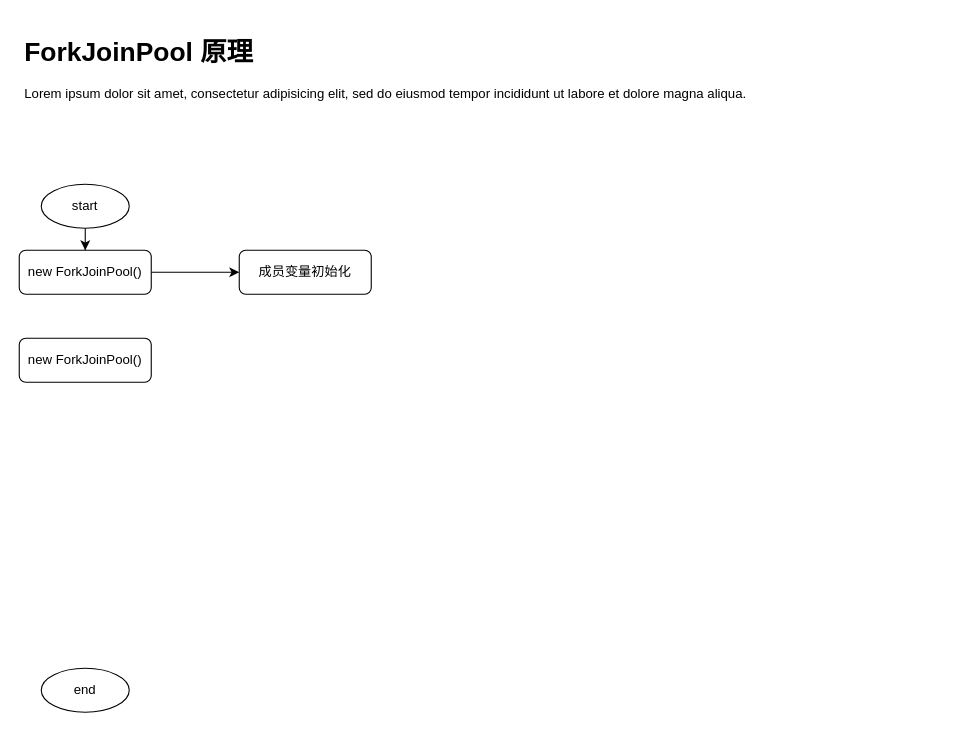
The draw.io diagram doc/forkjoinpool.drawio in kwseeker/async-program, before the edit. Source tidied: cells renumbered, new cells numbered last; positions are measured from the earlier drawing's top-left corner, leaving out a move shared by most shapes. Both pictures are drawn from the tidied source at 110%, with x=0, y=0 at pixel (19, 30).
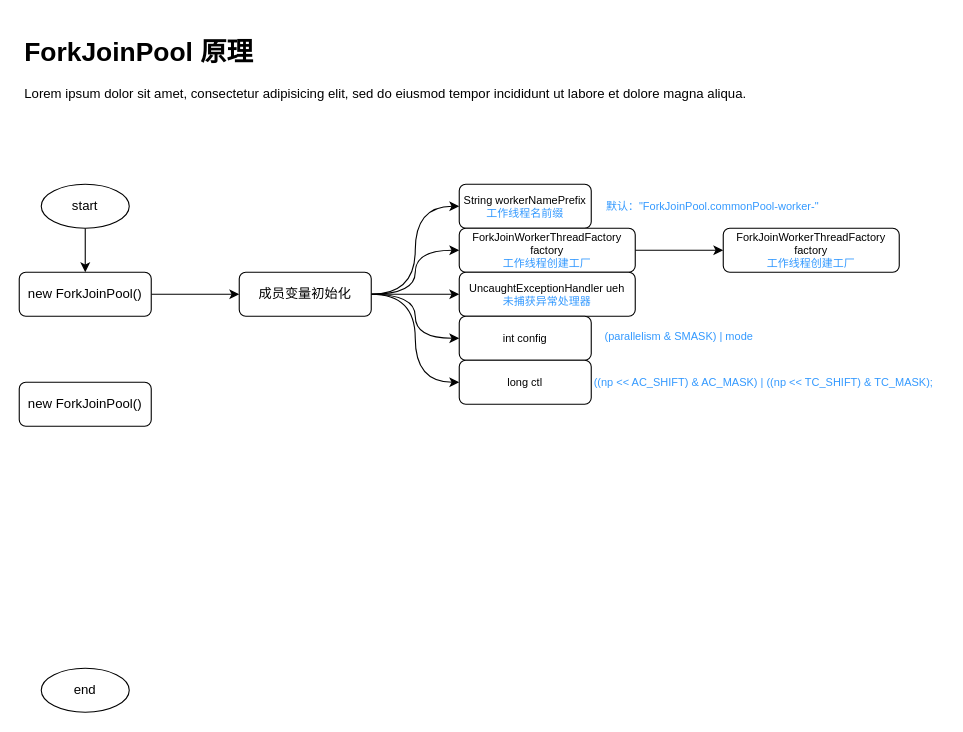
The same page after the edit.

Change to the diagram source:
```diff
@@
     <mxCell id="7" value="new ForkJoinPool()" style="rounded=1;whiteSpace=wrap;html=1;" parent="1" vertex="1">
-      <mxGeometry y="200" width="120" height="40" as="geometry" />
+      <mxGeometry y="220" width="120" height="40" as="geometry" />
     </mxCell>
     <mxCell id="8" value="new ForkJoinPool()" style="rounded=1;whiteSpace=wrap;html=1;" parent="1" vertex="1">
-      <mxGeometry y="280" width="120" height="40" as="geometry" />
+      <mxGeometry y="320" width="120" height="40" as="geometry" />
     </mxCell>
+    <mxCell id="10" style="edgeStyle=orthogonalEdgeStyle;curved=1;rounded=0;jettySize=auto;html=1;exitX=1;exitY=0.5;exitDx=0;exitDy=0;entryX=0;entryY=0.5;entryDx=0;entryDy=0;fontSize=10;" parent="1" edge="1" source="9" target="15">
+      <mxGeometry relative="1" as="geometry" />
+    </mxCell>
+    <mxCell id="11" style="edgeStyle=orthogonalEdgeStyle;curved=1;rounded=0;jettySize=auto;html=1;exitX=1;exitY=0.5;exitDx=0;exitDy=0;entryX=0;entryY=0.5;entryDx=0;entryDy=0;fontSize=10;" parent="1" edge="1" source="9" target="17">
+      <mxGeometry relative="1" as="geometry" />
+    </mxCell>
+    <mxCell id="12" style="edgeStyle=orthogonalEdgeStyle;curved=1;rounded=0;jettySize=auto;html=1;exitX=1;exitY=0.5;exitDx=0;exitDy=0;entryX=0;entryY=0.5;entryDx=0;entryDy=0;fontSize=10;" parent="1" edge="1" source="9" target="18">
+      <mxGeometry relative="1" as="geometry" />
+    </mxCell>
+    <mxCell id="13" style="edgeStyle=orthogonalEdgeStyle;curved=1;rounded=0;jettySize=auto;html=1;exitX=1;exitY=0.5;exitDx=0;exitDy=0;entryX=0;entryY=0.5;entryDx=0;entryDy=0;fontSize=10;" parent="1" edge="1" source="9" target="19">
+      <mxGeometry relative="1" as="geometry" />
+    </mxCell>
+    <mxCell id="14" style="edgeStyle=orthogonalEdgeStyle;curved=1;rounded=0;jettySize=auto;html=1;exitX=1;exitY=0.5;exitDx=0;exitDy=0;entryX=0;entryY=0.5;entryDx=0;entryDy=0;fontSize=10;" parent="1" edge="1" source="9" target="20">
+      <mxGeometry relative="1" as="geometry" />
+    </mxCell>
     <mxCell id="9" value="成员变量初始化" style="rounded=1;whiteSpace=wrap;html=1;" parent="1" vertex="1">
-      <mxGeometry x="200" y="200" width="120" height="40" as="geometry" />
+      <mxGeometry x="200" y="220" width="120" height="40" as="geometry" />
     </mxCell>
+    <mxCell id="15" value="String workerNamePrefix&lt;br&gt;&lt;font color=&quot;#3399ff&quot;&gt;工作线程名前缀&lt;/font&gt;" style="rounded=1;whiteSpace=wrap;html=1;fontSize=10;" parent="1" vertex="1">
+      <mxGeometry x="400" y="140" width="120" height="40" as="geometry" />
+    </mxCell>
+    <mxCell id="16" style="edgeStyle=orthogonalEdgeStyle;curved=1;rounded=0;jettySize=auto;html=1;fontSize=10;fontColor=#3399FF;" parent="1" edge="1" source="17" target="23">
+      <mxGeometry relative="1" as="geometry" />
+    </mxCell>
+    <mxCell id="17" value="ForkJoinWorkerThreadFactory factory&lt;br&gt;&lt;font color=&quot;#3399ff&quot;&gt;工作线程创建工厂&lt;/font&gt;" style="rounded=1;whiteSpace=wrap;html=1;fontSize=10;" parent="1" vertex="1">
+      <mxGeometry x="400" y="180" width="160" height="40" as="geometry" />
+    </mxCell>
+    <mxCell id="18" value="UncaughtExceptionHandler ueh&lt;br&gt;&lt;font color=&quot;#3399ff&quot;&gt;未捕获异常处理器&lt;/font&gt;" style="rounded=1;whiteSpace=wrap;html=1;fontSize=10;" parent="1" vertex="1">
+      <mxGeometry x="400" y="220" width="160" height="40" as="geometry" />
+    </mxCell>
+    <mxCell id="19" value="int config" style="rounded=1;whiteSpace=wrap;html=1;fontSize=10;" parent="1" vertex="1">
+      <mxGeometry x="400" y="260" width="120" height="40" as="geometry" />
+    </mxCell>
+    <mxCell id="20" value="long ctl" style="rounded=1;whiteSpace=wrap;html=1;fontSize=10;" parent="1" vertex="1">
+      <mxGeometry x="400" y="300" width="120" height="40" as="geometry" />
+    </mxCell>
+    <mxCell id="21" value="(parallelism &amp;amp; SMASK) | mode" style="text;html=1;strokeColor=none;fillColor=none;align=center;verticalAlign=middle;whiteSpace=wrap;rounded=0;fontSize=10;fontColor=#3399FF;" parent="1" vertex="1">
+      <mxGeometry x="520" y="265" width="160" height="25" as="geometry" />
+    </mxCell>
+    <mxCell id="22" value="&amp;nbsp;((np &amp;lt;&amp;lt; AC_SHIFT) &amp;amp; AC_MASK) | ((np &amp;lt;&amp;lt; TC_SHIFT) &amp;amp; TC_MASK);" style="text;html=1;align=center;verticalAlign=middle;strokeColor=none;fillColor=none;fontSize=10;fontColor=#3399FF;" parent="1" vertex="1">
+      <mxGeometry x="520" y="310" width="310" height="20" as="geometry" />
+    </mxCell>
+    <mxCell id="23" value="ForkJoinWorkerThreadFactory factory&lt;br&gt;&lt;font color=&quot;#3399ff&quot;&gt;工作线程创建工厂&lt;/font&gt;" style="rounded=1;whiteSpace=wrap;html=1;fontSize=10;" parent="1" vertex="1">
+      <mxGeometry x="640" y="180" width="160" height="40" as="geometry" />
+    </mxCell>
+    <mxCell id="24" value="默认：&quot;ForkJoinPool.commonPool-worker-&quot;" style="text;html=1;align=center;verticalAlign=middle;strokeColor=none;fillColor=none;fontSize=10;fontColor=#3399FF;" parent="1" vertex="1">
+      <mxGeometry x="520" y="150" width="220" height="20" as="geometry" />
+    </mxCell>
```
